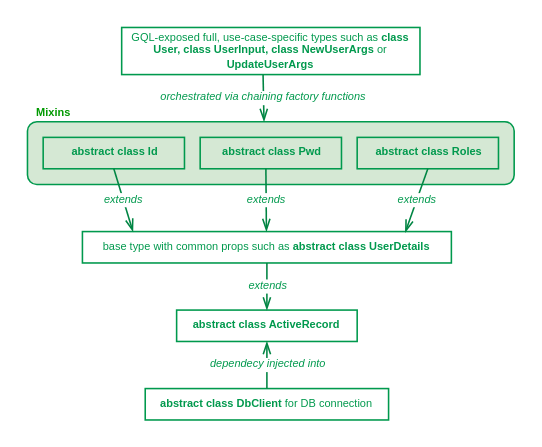
This is Untitled Diagram.drawio from desmap/popmotion, a draw.io file, before an edit. Source tidied: cells renumbered, new cells numbered last; positions are measured from the earlier drawing's top-left corner, leaving out a move shared by most shapes. Both pictures are drawn from the tidied source at 157%, with x=0, y=0 at pixel (27, 27).
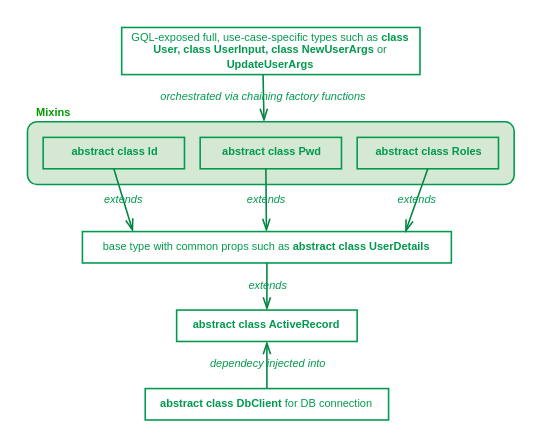
After the change.

The edit, as a diff of the source:
```diff
@@
 <mxGraphModel>
   <root>
     <mxCell id="0" />
     <mxCell id="1" parent="0" />
     <mxCell id="2" style="rounded=1;whiteSpace=wrap;html=1;strokeColor=#00994D;fillColor=#d5e8d4;fontSize=8;align=right;" parent="1" vertex="1">
       <mxGeometry y="60" width="310" height="40" as="geometry" />
     </mxCell>
     <mxCell id="3" value="&lt;b style=&quot;font-size: 7px;&quot;&gt;abstract class DbClient&lt;/b&gt;&amp;nbsp;for DB connection" style="rounded=0;whiteSpace=wrap;html=1;strokeColor=#00994D;fillColor=none;fontColor=#00994D;fontSize=7;" parent="1" vertex="1">
       <mxGeometry x="75" y="230" width="155" height="20" as="geometry" />
     </mxCell>
     <mxCell id="4" value="&lt;b style=&quot;font-size: 7px;&quot;&gt;abstract class ActiveRecord&lt;/b&gt;" style="rounded=0;whiteSpace=wrap;html=1;strokeColor=#00994D;fillColor=none;fontColor=#00994D;fontSize=7;" parent="1" vertex="1">
       <mxGeometry x="95" y="180" width="115" height="20" as="geometry" />
     </mxCell>
-    <mxCell id="5" value="dependecy injected into" style="endArrow=openThin;html=1;fontColor=#00994D;exitX=0.5;exitY=0;exitDx=0;exitDy=0;entryX=0.5;entryY=1;entryDx=0;entryDy=0;fontSize=7;strokeColor=#008543;fontStyle=2;endFill=0;" parent="1" edge="1" source="3" target="4">
+    <mxCell id="5" value="dependecy injected into" style="endArrow=openThin;html=1;fontColor=#00994D;exitX=0.5;exitY=0;exitDx=0;exitDy=0;entryX=0.5;entryY=1;entryDx=0;entryDy=0;fontSize=7;strokeColor=#008543;fontStyle=2;endFill=0;labelBackgroundColor=none;" parent="1" edge="1" source="3" target="4">
       <mxGeometry relative="1" as="geometry" />
     </mxCell>
     <mxCell id="6" value="base type with common props such as &lt;b&gt;abstract&amp;nbsp;&lt;/b&gt;&lt;b style=&quot;font-size: 7px&quot;&gt;class UserDetails&lt;/b&gt;" style="rounded=0;whiteSpace=wrap;html=1;strokeColor=#00994D;fillColor=none;fontColor=#00994D;fontSize=7;" parent="1" vertex="1">
       <mxGeometry x="35" y="130" width="235" height="20" as="geometry" />
     </mxCell>
-    <mxCell id="7" value="extends" style="endArrow=openThin;html=1;fontColor=#00994D;exitX=0.5;exitY=1;exitDx=0;exitDy=0;entryX=0.5;entryY=0;entryDx=0;entryDy=0;fontSize=7;strokeColor=#008543;fontStyle=2;endFill=0;" parent="1" edge="1" source="6" target="4">
+    <mxCell id="7" value="extends" style="endArrow=openThin;html=1;fontColor=#00994D;exitX=0.5;exitY=1;exitDx=0;exitDy=0;entryX=0.5;entryY=0;entryDx=0;entryDy=0;fontSize=7;strokeColor=#008543;fontStyle=2;endFill=0;labelBackgroundColor=none;" parent="1" edge="1" source="6" target="4">
       <mxGeometry relative="1" as="geometry" />
     </mxCell>
     <mxCell id="8" value="&amp;nbsp;abstract class Id" style="rounded=0;whiteSpace=wrap;html=1;strokeColor=#00994D;fillColor=none;fontColor=#00994D;fontSize=7;fontStyle=1;" parent="1" vertex="1">
       <mxGeometry x="10" y="70" width="90" height="20" as="geometry" />
     </mxCell>
-    <mxCell id="9" value="&amp;nbsp;abstract class Pwd" style="rounded=0;whiteSpace=wrap;html=1;strokeColor=#00994D;fillColor=none;fontColor=#00994D;fontSize=7;fontStyle=1;" parent="1" vertex="1">
+    <mxCell id="9" value="&amp;nbsp;abstract class Pwd" style="rounded=0;whiteSpace=wrap;html=1;strokeColor=#00994D;fillColor=none;fontColor=#00994D;fontSize=7;fontStyle=1;labelBackgroundColor=none;" parent="1" vertex="1">
       <mxGeometry x="110" y="70" width="90" height="20" as="geometry" />
     </mxCell>
     <mxCell id="10" value="&amp;nbsp;abstract class Roles" style="rounded=0;whiteSpace=wrap;html=1;strokeColor=#00994D;fillColor=none;fontColor=#00994D;fontSize=7;fontStyle=1;" parent="1" vertex="1">
       <mxGeometry x="210" y="70" width="90" height="20" as="geometry" />
     </mxCell>
-    <mxCell id="11" value="extends" style="endArrow=openThin;html=1;fontSize=7;fontColor=#00994D;exitX=0.5;exitY=1;exitDx=0;exitDy=0;entryX=0.137;entryY=0;entryDx=0;entryDy=0;entryPerimeter=0;strokeColor=#008543;fontStyle=2;endFill=0;" parent="1" edge="1" source="8" target="6">
+    <mxCell id="11" value="extends" style="endArrow=openThin;html=1;fontSize=7;fontColor=#00994D;exitX=0.5;exitY=1;exitDx=0;exitDy=0;entryX=0.137;entryY=0;entryDx=0;entryDy=0;entryPerimeter=0;strokeColor=#008543;fontStyle=2;endFill=0;labelBackgroundColor=none;" parent="1" edge="1" source="8" target="6">
       <mxGeometry relative="1" as="geometry" />
     </mxCell>
-    <mxCell id="12" value="extends" style="endArrow=openThin;html=1;fontSize=7;fontColor=#00994D;exitX=0.465;exitY=1.001;exitDx=0;exitDy=0;exitPerimeter=0;entryX=0.137;entryY=0;entryDx=0;entryDy=0;entryPerimeter=0;strokeColor=#008543;fontStyle=2;endFill=0;" parent="1" edge="1" source="9">
+    <mxCell id="12" value="extends" style="endArrow=openThin;html=1;fontSize=7;fontColor=#00994D;exitX=0.465;exitY=1.001;exitDx=0;exitDy=0;exitPerimeter=0;entryX=0.137;entryY=0;entryDx=0;entryDy=0;entryPerimeter=0;strokeColor=#008543;fontStyle=2;endFill=0;labelBackgroundColor=none;" parent="1" edge="1" source="9">
       <mxGeometry relative="1" as="geometry">
         <mxPoint x="152.2" y="130" as="targetPoint" />
       </mxGeometry>
     </mxCell>
-    <mxCell id="13" value="extends" style="endArrow=openThin;html=1;fontSize=7;fontColor=#00994D;exitX=0.5;exitY=1;exitDx=0;exitDy=0;entryX=0.875;entryY=0.026;entryDx=0;entryDy=0;entryPerimeter=0;strokeColor=#008543;fontStyle=2;endFill=0;" parent="1" edge="1" source="10" target="6">
+    <mxCell id="13" value="extends" style="endArrow=openThin;html=1;fontSize=7;fontColor=#00994D;exitX=0.5;exitY=1;exitDx=0;exitDy=0;entryX=0.875;entryY=0.026;entryDx=0;entryDy=0;entryPerimeter=0;strokeColor=#008543;fontStyle=2;endFill=0;labelBackgroundColor=none;" parent="1" edge="1" source="10" target="6">
       <mxGeometry relative="1" as="geometry" />
     </mxCell>
     <mxCell id="14" value="GQL-exposed full, use-case-specific types such as &lt;b style=&quot;font-size: 7px&quot;&gt;class User, class UserInput, class NewUser&lt;/b&gt;&lt;b style=&quot;font-size: 7px&quot;&gt;Args&amp;nbsp;&lt;/b&gt;&lt;span style=&quot;font-size: 7px&quot;&gt;or&lt;/span&gt;&lt;b style=&quot;font-size: 7px&quot;&gt; UpdateUserArgs&lt;/b&gt;" style="rounded=0;whiteSpace=wrap;html=1;strokeColor=#00994D;fillColor=none;fontColor=#00994D;fontSize=7;" parent="1" vertex="1">
       <mxGeometry x="60" width="190" height="30" as="geometry" />
     </mxCell>
-    <mxCell id="15" value="orchestrated via chaining factory functions" style="endArrow=openThin;html=1;fontSize=7;fontColor=#00994D;exitX=0.474;exitY=1.003;exitDx=0;exitDy=0;entryX=0.486;entryY=-0.003;entryDx=0;entryDy=0;entryPerimeter=0;strokeColor=#008543;fontStyle=2;exitPerimeter=0;endFill=0;" parent="1" edge="1" source="14" target="2">
+    <mxCell id="15" value="orchestrated via chaining factory functions" style="endArrow=openThin;html=1;fontSize=7;fontColor=#00994D;exitX=0.474;exitY=1.003;exitDx=0;exitDy=0;entryX=0.486;entryY=-0.003;entryDx=0;entryDy=0;entryPerimeter=0;strokeColor=#008543;fontStyle=2;exitPerimeter=0;endFill=0;labelBackgroundColor=none;" parent="1" edge="1" source="14" target="2">
       <mxGeometry relative="1" as="geometry" />
     </mxCell>
     <mxCell id="16" value="Mixins" style="text;html=1;strokeColor=none;fillColor=none;align=left;verticalAlign=middle;whiteSpace=wrap;rounded=0;fontSize=7;fontColor=#009900;fontStyle=1;" parent="1" vertex="1">
       <mxGeometry x="4" y="45" width="40" height="20" as="geometry" />
     </mxCell>
   </root>
 </mxGraphModel>
```
